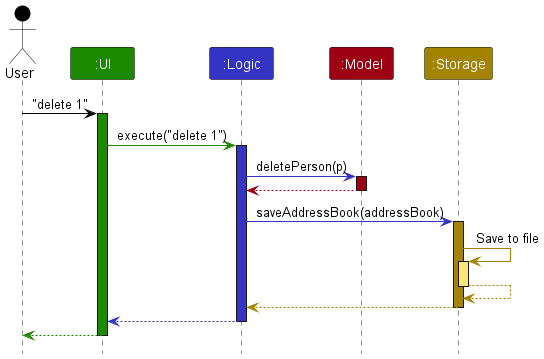
Above: docs/images/ArchitectureSequenceDiagram.png in nus-cs2103-AY2223S2/tp (PlantUML), before the change.
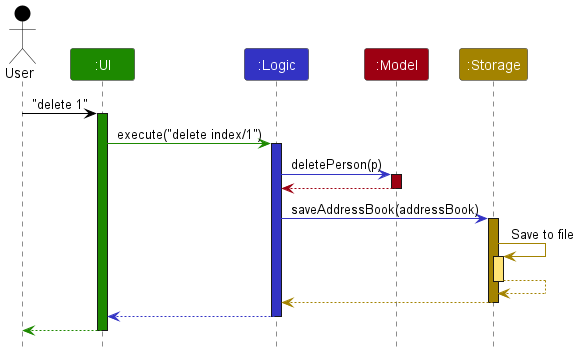
Above is the later version.

The edit, as a diff of the source:
```diff
@@ -10,7 +10,7 @@
 user -[USER_COLOR]> ui : "delete 1"
 activate ui UI_COLOR
 
-ui -[UI_COLOR]> logic : execute("delete 1")
+ui -[UI_COLOR]> logic : execute("delete index/1")
 activate logic LOGIC_COLOR
 
 
```
